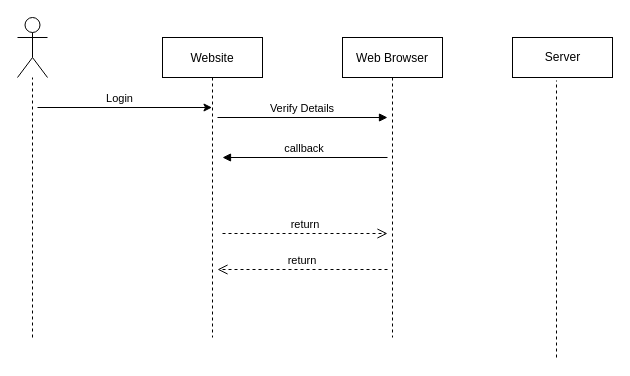
Above: PSI_sequence_diagram.drawio in vortex200/tutor-finder-files (draw.io), before the change. Source tidied: cells renumbered, new cells numbered last; positions are measured from the earlier drawing's top-left corner, leaving out a move shared by most shapes. Both pictures are drawn from the tidied source at 100%, with x=0, y=0 at pixel (17, 17).
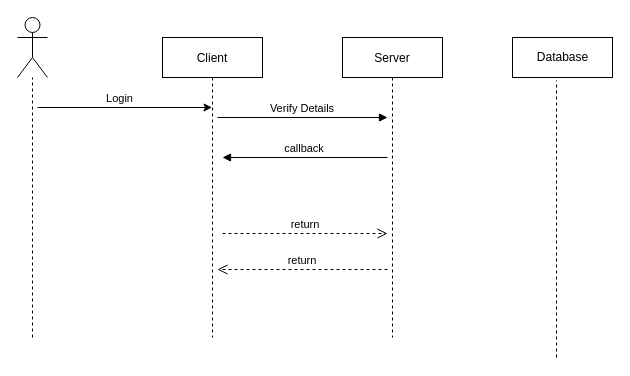
After the change.

The edit, as a diff of the source:
```diff
@@
-    <mxCell id="2" value="Website" style="shape=umlLifeline;perimeter=lifelinePerimeter;rounded=0;shadow=0;strokeWidth=1;" parent="1" vertex="1">
+    <mxCell id="2" value="Client" style="shape=umlLifeline;perimeter=lifelinePerimeter;rounded=0;shadow=0;strokeWidth=1;" parent="1" vertex="1">
       <mxGeometry x="145" y="20" width="100" height="300" as="geometry" />
     </mxCell>
-    <mxCell id="3" value="Web Browser" style="shape=umlLifeline;perimeter=lifelinePerimeter;rounded=0;shadow=0;strokeWidth=1;" parent="1" vertex="1">
+    <mxCell id="3" value="Server" style="shape=umlLifeline;perimeter=lifelinePerimeter;rounded=0;shadow=0;strokeWidth=1;" parent="1" vertex="1">
       <mxGeometry x="325" y="20" width="100" height="300" as="geometry" />
     </mxCell>
@@
-    <mxCell id="8" value="Server" style="html=1;" parent="1" vertex="1">
+    <mxCell id="8" value="Database" style="html=1;" parent="1" vertex="1">
       <mxGeometry x="495" y="20" width="100" height="40" as="geometry" />
     </mxCell>
```
